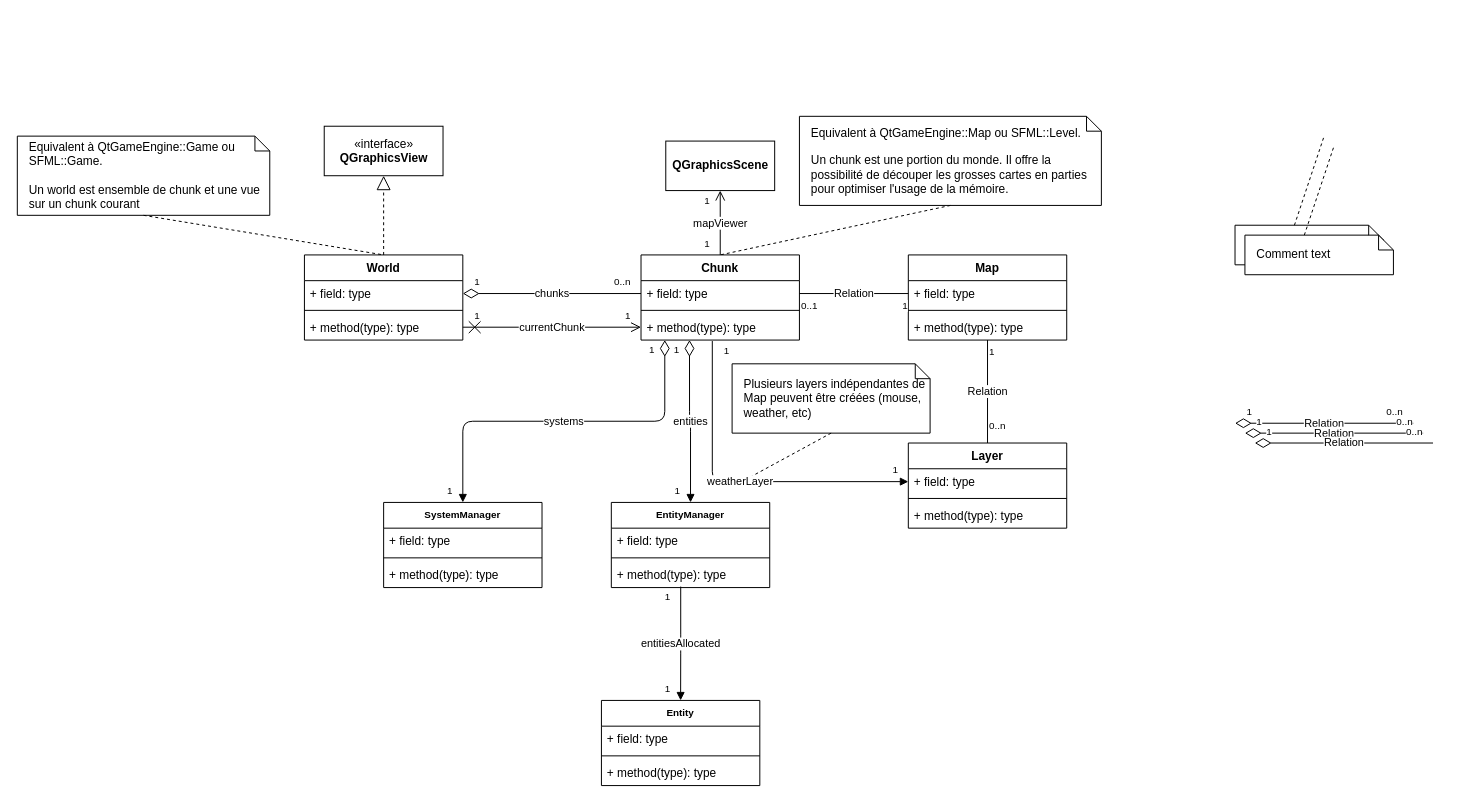
This is doc/World_Diagram.drawio from josephgarnier/fast-sim-design, a draw.io file, before an edit. Source tidied: cells renumbered, new cells numbered last; positions are measured from the earlier drawing's top-left corner, leaving out a move shared by most shapes. Both pictures are drawn from the tidied source at 99%, with x=0, y=0 at pixel (17, 116).
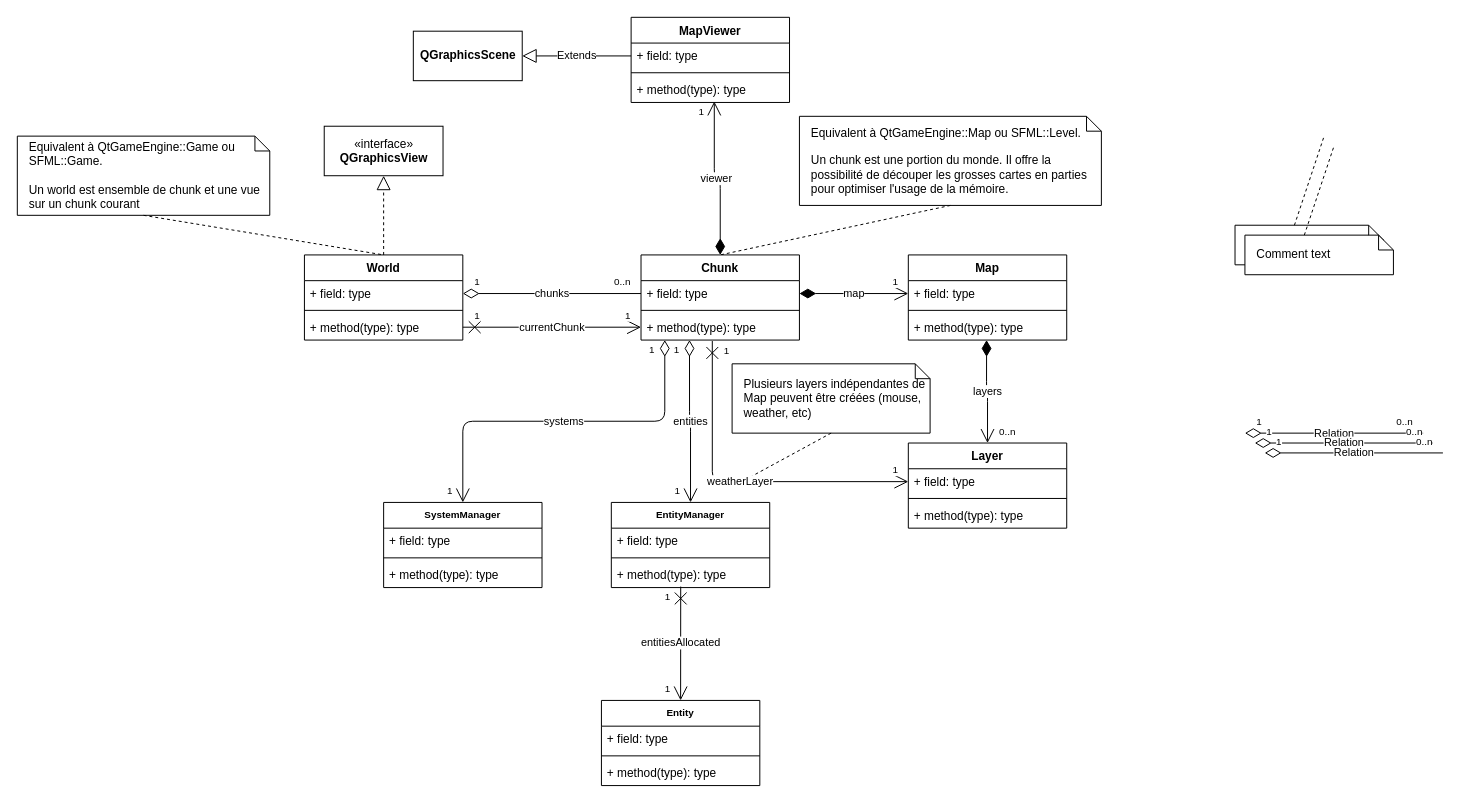
The same page after the edit.

Unchanged cells that the change refers to:
```xml
<mxCell id="3" value="+ field: type" style="text;strokeColor=none;fillColor=none;align=left;verticalAlign=top;spacingLeft=4;spacingRight=4;overflow=hidden;points=[[0,0.5],[1,0.5]];portConstraint=eastwest;" parent="2" vertex="1">
  <mxGeometry y="26" width="160" height="26" as="geometry" />
</mxCell>
<mxCell id="5" value="+ method(type): type" style="text;strokeColor=none;fillColor=none;align=left;verticalAlign=top;spacingLeft=4;spacingRight=4;overflow=hidden;points=[[0,0.5],[1,0.5]];portConstraint=eastwest;" parent="2" vertex="1">
  <mxGeometry y="60" width="160" height="26" as="geometry" />
</mxCell>
<mxCell id="12" value="Layer" style="swimlane;fontStyle=1;align=center;verticalAlign=top;horizontal=1;startSize=26;" parent="1" vertex="1">
  <mxGeometry x="900" y="330" width="160" height="86" as="geometry" />
</mxCell>
<mxCell id="13" value="+ field: type" style="text;strokeColor=none;fillColor=none;align=left;verticalAlign=top;spacingLeft=4;spacingRight=4;overflow=hidden;points=[[0,0.5],[1,0.5]];portConstraint=eastwest;" parent="12" vertex="1">
  <mxGeometry y="26" width="160" height="26" as="geometry" />
</mxCell>
<mxCell id="29" value="World" style="swimlane;fontStyle=1;align=center;verticalAlign=top;horizontal=1;startSize=26;" parent="1" vertex="1">
  <mxGeometry x="290" y="140" width="160" height="86" as="geometry" />
</mxCell>
<mxCell id="30" value="+ field: type" style="text;strokeColor=none;fillColor=none;align=left;verticalAlign=top;spacingLeft=4;spacingRight=4;overflow=hidden;points=[[0,0.5],[1,0.5]];portConstraint=eastwest;" parent="29" vertex="1">
  <mxGeometry y="26" width="160" height="26" as="geometry" />
</mxCell>
<mxCell id="32" value="+ method(type): type" style="text;strokeColor=none;fillColor=none;align=left;verticalAlign=top;spacingLeft=4;spacingRight=4;overflow=hidden;points=[[0,0.5],[1,0.5]];portConstraint=eastwest;" parent="29" vertex="1">
  <mxGeometry y="60" width="160" height="26" as="geometry" />
</mxCell>
<mxCell id="33" value="Chunk" style="swimlane;fontStyle=1;align=center;verticalAlign=top;horizontal=1;startSize=26;" parent="1" vertex="1">
  <mxGeometry x="630" y="140" width="160" height="86" as="geometry" />
</mxCell>
<mxCell id="34" value="+ field: type" style="text;strokeColor=none;fillColor=none;align=left;verticalAlign=top;spacingLeft=4;spacingRight=4;overflow=hidden;points=[[0,0.5],[1,0.5]];portConstraint=eastwest;" parent="33" vertex="1">
  <mxGeometry y="26" width="160" height="26" as="geometry" />
</mxCell>
<mxCell id="36" value="+ method(type): type" style="text;strokeColor=none;fillColor=none;align=left;verticalAlign=top;spacingLeft=4;spacingRight=4;overflow=hidden;points=[[0,0.5],[1,0.5]];portConstraint=eastwest;" parent="33" vertex="1">
  <mxGeometry y="60" width="160" height="26" as="geometry" />
</mxCell>
<mxCell id="55" value="«interface»&lt;br&gt;&lt;b&gt;QGraphicsView&lt;/b&gt;" style="html=1;align=center;" parent="1" vertex="1">
  <mxGeometry x="310" y="10" width="120" height="50" as="geometry" />
</mxCell>
<mxCell id="61" value="EntityManager" style="swimlane;fontStyle=1;align=center;verticalAlign=top;horizontal=1;startSize=26;fontSize=10;" parent="1" vertex="1">
  <mxGeometry x="600" y="390" width="160" height="86" as="geometry" />
</mxCell>
<mxCell id="64" value="+ method(type): type" style="text;strokeColor=none;fillColor=none;align=left;verticalAlign=top;spacingLeft=4;spacingRight=4;overflow=hidden;points=[[0,0.5],[1,0.5]];portConstraint=eastwest;" parent="61" vertex="1">
  <mxGeometry y="60" width="160" height="26" as="geometry" />
</mxCell>
<mxCell id="68" value="Entity" style="swimlane;fontStyle=1;align=center;verticalAlign=top;horizontal=1;startSize=26;fontSize=10;" parent="1" vertex="1">
  <mxGeometry x="590" y="590" width="160" height="86" as="geometry" />
</mxCell>
<mxCell id="72" value="SystemManager" style="swimlane;fontStyle=1;align=center;verticalAlign=top;horizontal=1;startSize=26;fontSize=10;" parent="1" vertex="1">
  <mxGeometry x="370" y="390" width="160" height="86" as="geometry" />
</mxCell>
```

The edit, as a diff of the source:
```diff
@@
-    <mxCell id="6" value="Relation" style="endArrow=none;html=1;endSize=6;startArrow=none;startSize=6;startFill=0;edgeStyle=orthogonalEdgeStyle;endFill=0;exitX=1;exitY=0.5;exitDx=0;exitDy=0;entryX=0;entryY=0.5;entryDx=0;entryDy=0;" parent="1" edge="1" source="34" target="3">
-      <mxGeometry relative="1" as="geometry" />
-    </mxCell>
-    <mxCell id="7" value="0..1" style="html=1;align=left;verticalAlign=top;labelBackgroundColor=#ffffff;fontSize=10;" parent="6" vertex="1">
-      <mxGeometry x="-1" relative="1" as="geometry" />
-    </mxCell>
-    <mxCell id="8" value="1" style="html=1;align=right;verticalAlign=top;labelBackgroundColor=#ffffff;fontSize=10;" parent="6" vertex="1">
-      <mxGeometry x="1" relative="1" as="geometry" />
-    </mxCell>
-    <mxCell id="9" value="Relation" style="endArrow=none;html=1;endSize=6;startArrow=none;startSize=6;startFill=0;edgeStyle=orthogonalEdgeStyle;endFill=0;exitX=0.5;exitY=1;exitDx=0;exitDy=0;exitPerimeter=0;entryX=0.5;entryY=0;entryDx=0;entryDy=0;" parent="1" edge="1" source="5" target="12">
-      <mxGeometry relative="1" as="geometry" />
-    </mxCell>
-    <mxCell id="10" value="1" style="html=1;align=left;verticalAlign=top;labelBackgroundColor=#ffffff;fontSize=10;" parent="9" vertex="1">
-      <mxGeometry x="-1" relative="1" as="geometry" />
-    </mxCell>
-    <mxCell id="11" value="0..n" style="html=1;align=left;verticalAlign=top;labelBackgroundColor=#ffffff;fontSize=10;" parent="9" vertex="1">
-      <mxGeometry x="1" relative="1" as="geometry">
-        <mxPoint y="-30.2" as="offset" />
-      </mxGeometry>
-    </mxCell>
@@
-    <mxCell id="26" value="chunks" style="endArrow=none;html=1;endSize=0;startArrow=diamondThin;startSize=14;startFill=0;edgeStyle=orthogonalEdgeStyle;endFill=0;exitX=1;exitY=0.5;exitDx=0;exitDy=0;align=center;targetPerimeterSpacing=0;entryX=0;entryY=0.5;entryDx=0;entryDy=0;sourcePerimeterSpacing=0;" parent="1" edge="1" source="30" target="34">
+    <mxCell id="26" value="chunks" style="endArrow=none;html=1;endSize=0;startArrow=diamondThin;startSize=14;startFill=0;endFill=0;exitX=1;exitY=0.5;exitDx=0;exitDy=0;align=center;targetPerimeterSpacing=0;entryX=0;entryY=0.5;entryDx=0;entryDy=0;sourcePerimeterSpacing=0;" parent="1" edge="1" source="30" target="34">
       <mxGeometry relative="1" as="geometry" />
     </mxCell>
@@
-    <mxCell id="37" value="mapViewer" style="endArrow=none;html=1;endSize=0;startArrow=open;startSize=8;startFill=0;edgeStyle=orthogonalEdgeStyle;endFill=0;align=center;targetPerimeterSpacing=0;entryX=0.5;entryY=0;entryDx=0;entryDy=0;sourcePerimeterSpacing=0;exitX=0.5;exitY=1;exitDx=0;exitDy=0;" parent="1" edge="1" source="57" target="33">
+    <mxCell id="37" value="viewer" style="endArrow=diamondThin;html=1;endSize=14;startArrow=open;startSize=12;startFill=0;edgeStyle=orthogonalEdgeStyle;endFill=1;align=center;targetPerimeterSpacing=0;entryX=0.5;entryY=0;entryDx=0;entryDy=0;sourcePerimeterSpacing=0;exitX=0.525;exitY=0.962;exitDx=0;exitDy=0;exitPerimeter=0;" parent="1" edge="1" source="89" target="33">
       <mxGeometry relative="1" as="geometry" />
     </mxCell>
@@
-    <mxCell id="39" value="1" style="html=1;align=right;verticalAlign=bottom;labelBackgroundColor=#ffffff;fontSize=10;spacing=0;spacingLeft=12;spacingRight=12;spacingTop=0;spacingBottom=6;" parent="37" vertex="1">
-      <mxGeometry x="1" relative="1" as="geometry" />
-    </mxCell>
-    <mxCell id="40" value="weatherLayer" style="endArrow=block;html=1;endSize=6;startArrow=none;startSize=0;startFill=0;edgeStyle=orthogonalEdgeStyle;endFill=1;exitX=0.45;exitY=1.038;exitDx=0;exitDy=0;align=center;targetPerimeterSpacing=0;sourcePerimeterSpacing=0;exitPerimeter=0;entryX=0;entryY=0.5;entryDx=0;entryDy=0;" parent="1" edge="1" source="36" target="13">
+    <mxCell id="40" value="weatherLayer" style="endArrow=open;html=1;endSize=12;startArrow=cross;startSize=10;startFill=0;edgeStyle=orthogonalEdgeStyle;endFill=0;exitX=0.45;exitY=1.038;exitDx=0;exitDy=0;align=center;targetPerimeterSpacing=0;sourcePerimeterSpacing=0;exitPerimeter=0;entryX=0;entryY=0.5;entryDx=0;entryDy=0;" parent="1" edge="1" source="36" target="13">
       <mxGeometry relative="1" as="geometry" />
     </mxCell>
@@
-    <mxCell id="43" value="Relation" style="endArrow=none;html=1;endSize=12;startArrow=diamondThin;startSize=14;startFill=0;edgeStyle=orthogonalEdgeStyle;endFill=0;exitX=1;exitY=0.5;exitDx=0;exitDy=0;align=center;targetPerimeterSpacing=12;entryX=0;entryY=0.5;entryDx=0;entryDy=0;sourcePerimeterSpacing=14;" parent="1" edge="1">
-      <mxGeometry relative="1" as="geometry">
-        <mxPoint x="1230" y="310" as="sourcePoint" />
-        <mxPoint x="1410" y="310" as="targetPoint" />
-      </mxGeometry>
+    <mxCell id="43" value="layers" style="endArrow=open;html=1;endSize=12;startArrow=diamondThin;startSize=14;startFill=1;edgeStyle=orthogonalEdgeStyle;endFill=0;exitX=0.494;exitY=1;exitDx=0;exitDy=0;align=center;targetPerimeterSpacing=0;sourcePerimeterSpacing=0;exitPerimeter=0;entryX=0.5;entryY=0;entryDx=0;entryDy=0;" parent="1" edge="1" source="5" target="12">
+      <mxGeometry relative="1" as="geometry" />
     </mxCell>
-    <mxCell id="44" value="1" style="align=left;verticalAlign=bottom;labelBackgroundColor=#ffffff;fontSize=10;spacing=0;spacingLeft=12;spacingBottom=6;spacingRight=12;html=1;" parent="43" vertex="1">
-      <mxGeometry x="-1" relative="1" as="geometry" />
-    </mxCell>
-    <mxCell id="45" value="0..n" style="html=1;align=right;verticalAlign=bottom;labelBackgroundColor=#ffffff;fontSize=10;spacing=0;spacingLeft=12;spacingRight=12;spacingTop=0;spacingBottom=6;" parent="43" vertex="1">
+    <mxCell id="45" value="0..n" style="html=1;align=left;verticalAlign=bottom;labelBackgroundColor=#ffffff;fontSize=10;spacing=0;spacingLeft=12;spacingRight=12;spacingTop=0;spacingBottom=6;" parent="43" vertex="1">
       <mxGeometry x="1" relative="1" as="geometry" />
     </mxCell>
-    <mxCell id="46" value="Relation" style="endArrow=none;html=1;endSize=12;startArrow=diamondThin;startSize=14;startFill=0;edgeStyle=orthogonalEdgeStyle;endFill=0;exitX=1;exitY=0.5;exitDx=0;exitDy=0;align=center;targetPerimeterSpacing=12;entryX=0;entryY=0.5;entryDx=0;entryDy=0;sourcePerimeterSpacing=14;" parent="1" edge="1">
+    <mxCell id="46" value="Relation" style="endArrow=none;html=1;endSize=0;startArrow=diamondThin;startSize=14;startFill=0;endFill=0;exitX=1;exitY=0.5;exitDx=0;exitDy=0;align=center;targetPerimeterSpacing=0;entryX=0;entryY=0.5;entryDx=0;entryDy=0;sourcePerimeterSpacing=0;" parent="1" edge="1">
       <mxGeometry relative="1" as="geometry">
         <mxPoint x="1240" y="320" as="sourcePoint" />
         <mxPoint x="1420" y="320" as="targetPoint" />
       </mxGeometry>
     </mxCell>
@@
-    <mxCell id="49" value="Relation" style="endArrow=none;html=1;endSize=12;startArrow=diamondThin;startSize=14;startFill=0;edgeStyle=orthogonalEdgeStyle;endFill=0;exitX=1;exitY=0.5;exitDx=0;exitDy=0;align=center;targetPerimeterSpacing=12;entryX=0;entryY=0.5;entryDx=0;entryDy=0;sourcePerimeterSpacing=14;" parent="1" edge="1">
-      <mxGeometry relative="1" as="geometry">
-        <mxPoint x="1250" y="330" as="sourcePoint" />
-        <mxPoint x="1430" y="330" as="targetPoint" />
-      </mxGeometry>
+    <mxCell id="49" value="map" style="endArrow=open;html=1;endSize=12;startArrow=diamondThin;startSize=14;startFill=1;endFill=0;exitX=1;exitY=0.5;exitDx=0;exitDy=0;align=center;targetPerimeterSpacing=0;sourcePerimeterSpacing=0;entryX=0;entryY=0.5;entryDx=0;entryDy=0;" parent="1" edge="1" source="34" target="3">
+      <mxGeometry relative="1" as="geometry" />
     </mxCell>
-    <mxCell id="50" value="1" style="align=left;verticalAlign=bottom;labelBackgroundColor=#ffffff;fontSize=10;spacing=0;spacingLeft=12;spacingBottom=6;spacingRight=12;html=1;" parent="49" vertex="1">
-      <mxGeometry x="-1" relative="1" as="geometry" />
-    </mxCell>
-    <mxCell id="51" value="0..n" style="html=1;align=right;verticalAlign=bottom;labelBackgroundColor=#ffffff;fontSize=10;spacing=0;spacingLeft=12;spacingRight=12;spacingTop=0;spacingBottom=6;" parent="49" vertex="1">
+    <mxCell id="51" value="1" style="html=1;align=right;verticalAlign=bottom;labelBackgroundColor=#ffffff;fontSize=10;spacing=0;spacingLeft=12;spacingRight=12;spacingTop=0;spacingBottom=6;" parent="49" vertex="1">
       <mxGeometry x="1" relative="1" as="geometry" />
     </mxCell>
-    <mxCell id="52" value="currentChunk" style="endArrow=open;html=1;endSize=8;startArrow=cross;startSize=10;startFill=0;edgeStyle=orthogonalEdgeStyle;endFill=0;exitX=1;exitY=0.5;exitDx=0;exitDy=0;align=center;targetPerimeterSpacing=0;entryX=0;entryY=0.5;entryDx=0;entryDy=0;sourcePerimeterSpacing=0;" parent="1" edge="1" source="32" target="36">
+    <mxCell id="52" value="currentChunk" style="endArrow=open;html=1;endSize=12;startArrow=cross;startSize=10;startFill=0;endFill=0;exitX=1;exitY=0.5;exitDx=0;exitDy=0;align=center;targetPerimeterSpacing=0;entryX=0;entryY=0.5;entryDx=0;entryDy=0;sourcePerimeterSpacing=0;" parent="1" edge="1" source="32" target="36">
       <mxGeometry relative="1" as="geometry" />
     </mxCell>
@@
-    <mxCell id="56" style="endArrow=block;dashed=1;endFill=0;endSize=12;html=1;align=center;entryX=0.5;entryY=1;entryDx=0;entryDy=0;exitX=0.5;exitY=0;exitDx=0;exitDy=0;" parent="1" edge="1" source="29" target="55">
+    <mxCell id="56" style="endArrow=block;dashed=1;endFill=0;endSize=12;html=1;align=center;entryX=0.5;entryY=1;entryDx=0;entryDy=0;exitX=0.5;exitY=0;exitDx=0;exitDy=0;startSize=0;" parent="1" edge="1" source="29" target="55">
       <mxGeometry relative="1" as="geometry" />
     </mxCell>
     <mxCell id="57" value="&lt;b&gt;QGraphicsScene&lt;/b&gt;" style="html=1;align=center;" parent="1" vertex="1">
-      <mxGeometry x="655" y="25" width="110" height="50" as="geometry" />
+      <mxGeometry x="400" y="-86" width="110" height="50" as="geometry" />
     </mxCell>
-    <mxCell id="58" value="entities" style="endArrow=block;html=1;endSize=6;startArrow=diamondThin;startSize=14;startFill=0;edgeStyle=orthogonalEdgeStyle;endFill=1;exitX=0.306;exitY=1;exitDx=0;exitDy=0;align=center;targetPerimeterSpacing=0;entryX=0.5;entryY=0;entryDx=0;entryDy=0;sourcePerimeterSpacing=0;exitPerimeter=0;" parent="1" edge="1" source="36" target="61">
+    <mxCell id="58" value="entities" style="endArrow=open;html=1;endSize=12;startArrow=diamondThin;startSize=14;startFill=0;endFill=0;exitX=0.306;exitY=1;exitDx=0;exitDy=0;align=center;targetPerimeterSpacing=0;entryX=0.5;entryY=0;entryDx=0;entryDy=0;sourcePerimeterSpacing=0;exitPerimeter=0;edgeStyle=orthogonalEdgeStyle;" parent="1" edge="1" source="36" target="61">
       <mxGeometry relative="1" as="geometry" />
     </mxCell>
@@
-    <mxCell id="65" value="entitiesAllocated" style="endArrow=block;html=1;endSize=6;startArrow=none;startSize=0;startFill=0;edgeStyle=orthogonalEdgeStyle;endFill=1;align=center;targetPerimeterSpacing=0;entryX=0.5;entryY=0;entryDx=0;entryDy=0;sourcePerimeterSpacing=0;exitX=0.438;exitY=0.962;exitDx=0;exitDy=0;exitPerimeter=0;" parent="1" edge="1" source="64" target="68">
+    <mxCell id="65" value="entitiesAllocated" style="endArrow=open;html=1;endSize=12;startArrow=cross;startSize=10;startFill=0;endFill=0;align=center;targetPerimeterSpacing=0;entryX=0.5;entryY=0;entryDx=0;entryDy=0;sourcePerimeterSpacing=0;exitX=0.438;exitY=0.962;exitDx=0;exitDy=0;exitPerimeter=0;" parent="1" edge="1" source="64" target="68">
       <mxGeometry relative="1" as="geometry" />
     </mxCell>
@@
-    <mxCell id="76" value="systems" style="endArrow=block;html=1;endSize=6;startArrow=diamondThin;startSize=14;startFill=0;edgeStyle=orthogonalEdgeStyle;endFill=1;align=center;targetPerimeterSpacing=0;entryX=0.5;entryY=0;entryDx=0;entryDy=0;sourcePerimeterSpacing=0;exitX=0.15;exitY=1;exitDx=0;exitDy=0;exitPerimeter=0;" parent="1" edge="1" source="36" target="72">
+    <mxCell id="76" value="systems" style="endArrow=open;html=1;endSize=12;startArrow=diamondThin;startSize=14;startFill=0;edgeStyle=orthogonalEdgeStyle;endFill=0;align=center;targetPerimeterSpacing=0;entryX=0.5;entryY=0;entryDx=0;entryDy=0;sourcePerimeterSpacing=0;exitX=0.15;exitY=1;exitDx=0;exitDy=0;exitPerimeter=0;" parent="1" edge="1" source="36" target="72">
       <mxGeometry relative="1" as="geometry" />
     </mxCell>
@@
+    <mxCell id="79" value="Extends" style="endArrow=block;endSize=12;endFill=0;html=1;align=center;exitX=0;exitY=0.5;exitDx=0;exitDy=0;entryX=1;entryY=0.5;entryDx=0;entryDy=0;startSize=0;" parent="1" edge="1" source="87" target="57">
+      <mxGeometry relative="1" as="geometry" />
+    </mxCell>
+    <mxCell id="80" value="Relation" style="endArrow=none;html=1;endSize=0;startArrow=diamondThin;startSize=14;startFill=0;endFill=0;exitX=1;exitY=0.5;exitDx=0;exitDy=0;align=center;targetPerimeterSpacing=0;entryX=0;entryY=0.5;entryDx=0;entryDy=0;sourcePerimeterSpacing=0;" parent="1" edge="1">
+      <mxGeometry relative="1" as="geometry">
+        <mxPoint x="1250" y="330" as="sourcePoint" />
+        <mxPoint x="1430" y="330" as="targetPoint" />
+      </mxGeometry>
+    </mxCell>
+    <mxCell id="81" value="1" style="align=left;verticalAlign=bottom;labelBackgroundColor=#ffffff;fontSize=10;spacing=0;spacingLeft=12;spacingBottom=6;spacingRight=12;html=1;" parent="80" vertex="1">
+      <mxGeometry x="-1" relative="1" as="geometry" />
+    </mxCell>
+    <mxCell id="82" value="0..n" style="html=1;align=right;verticalAlign=bottom;labelBackgroundColor=#ffffff;fontSize=10;spacing=0;spacingLeft=12;spacingRight=12;spacingTop=0;spacingBottom=6;" parent="80" vertex="1">
+      <mxGeometry x="1" relative="1" as="geometry" />
+    </mxCell>
+    <mxCell id="83" value="Relation" style="endArrow=none;html=1;endSize=0;startArrow=diamondThin;startSize=14;startFill=0;endFill=0;exitX=1;exitY=0.5;exitDx=0;exitDy=0;align=center;targetPerimeterSpacing=0;entryX=0;entryY=0.5;entryDx=0;entryDy=0;sourcePerimeterSpacing=0;" parent="1" edge="1">
+      <mxGeometry relative="1" as="geometry">
+        <mxPoint x="1260" y="340" as="sourcePoint" />
+        <mxPoint x="1440" y="340" as="targetPoint" />
+      </mxGeometry>
+    </mxCell>
+    <mxCell id="84" value="1" style="align=left;verticalAlign=bottom;labelBackgroundColor=#ffffff;fontSize=10;spacing=0;spacingLeft=12;spacingBottom=6;spacingRight=12;html=1;" parent="83" vertex="1">
+      <mxGeometry x="-1" relative="1" as="geometry" />
+    </mxCell>
+    <mxCell id="85" value="0..n" style="html=1;align=right;verticalAlign=bottom;labelBackgroundColor=#ffffff;fontSize=10;spacing=0;spacingLeft=12;spacingRight=12;spacingTop=0;spacingBottom=6;" parent="83" vertex="1">
+      <mxGeometry x="1" relative="1" as="geometry" />
+    </mxCell>
+    <mxCell id="86" value="MapViewer" style="swimlane;fontStyle=1;align=center;verticalAlign=top;horizontal=1;startSize=26;" parent="1" vertex="1">
+      <mxGeometry x="620" y="-100" width="160" height="86" as="geometry" />
+    </mxCell>
+    <mxCell id="87" value="+ field: type" style="text;strokeColor=none;fillColor=none;align=left;verticalAlign=top;spacingLeft=4;spacingRight=4;overflow=hidden;points=[[0,0.5],[1,0.5]];portConstraint=eastwest;" parent="86" vertex="1">
+      <mxGeometry y="26" width="160" height="26" as="geometry" />
+    </mxCell>
+    <mxCell id="88" style="line;strokeWidth=1;fillColor=none;align=left;verticalAlign=middle;spacingTop=-1;spacingLeft=3;spacingRight=3;labelPosition=right;" parent="86" vertex="1">
+      <mxGeometry y="52" width="160" height="8" as="geometry" />
+    </mxCell>
+    <mxCell id="89" value="+ method(type): type" style="text;strokeColor=none;fillColor=none;align=left;verticalAlign=top;spacingLeft=4;spacingRight=4;overflow=hidden;points=[[0,0.5],[1,0.5]];portConstraint=eastwest;" parent="86" vertex="1">
+      <mxGeometry y="60" width="160" height="26" as="geometry" />
+    </mxCell>
```
